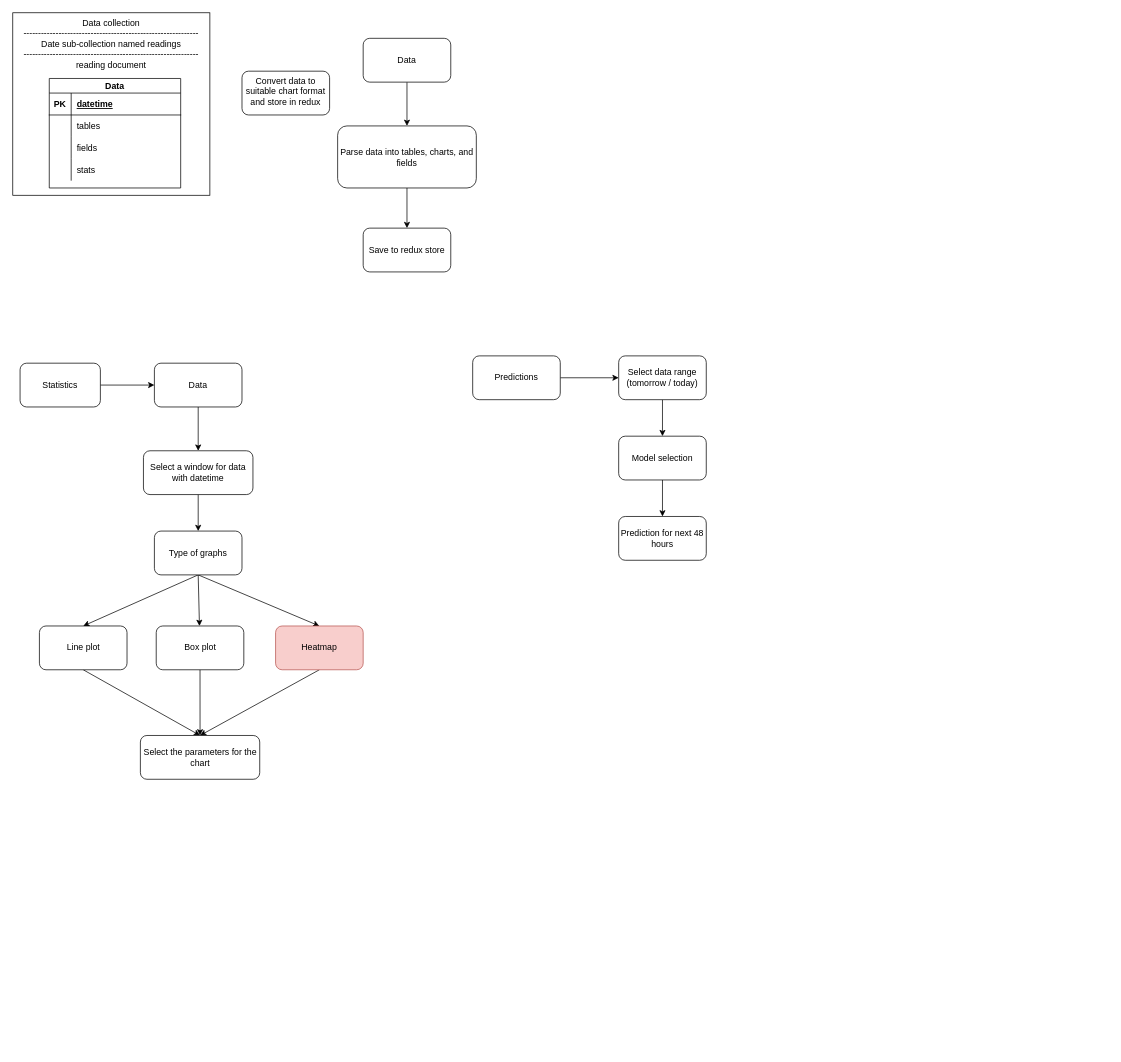
This is schema.drawio from devnev39/sldc-live, a draw.io file, before an edit. Source tidied: cells renumbered, new cells numbered last; positions are measured from the earlier drawing's top-left corner, leaving out a move shared by most shapes. Both pictures are drawn from the tidied source at 73%, with x=0, y=0 at pixel (12, 12).
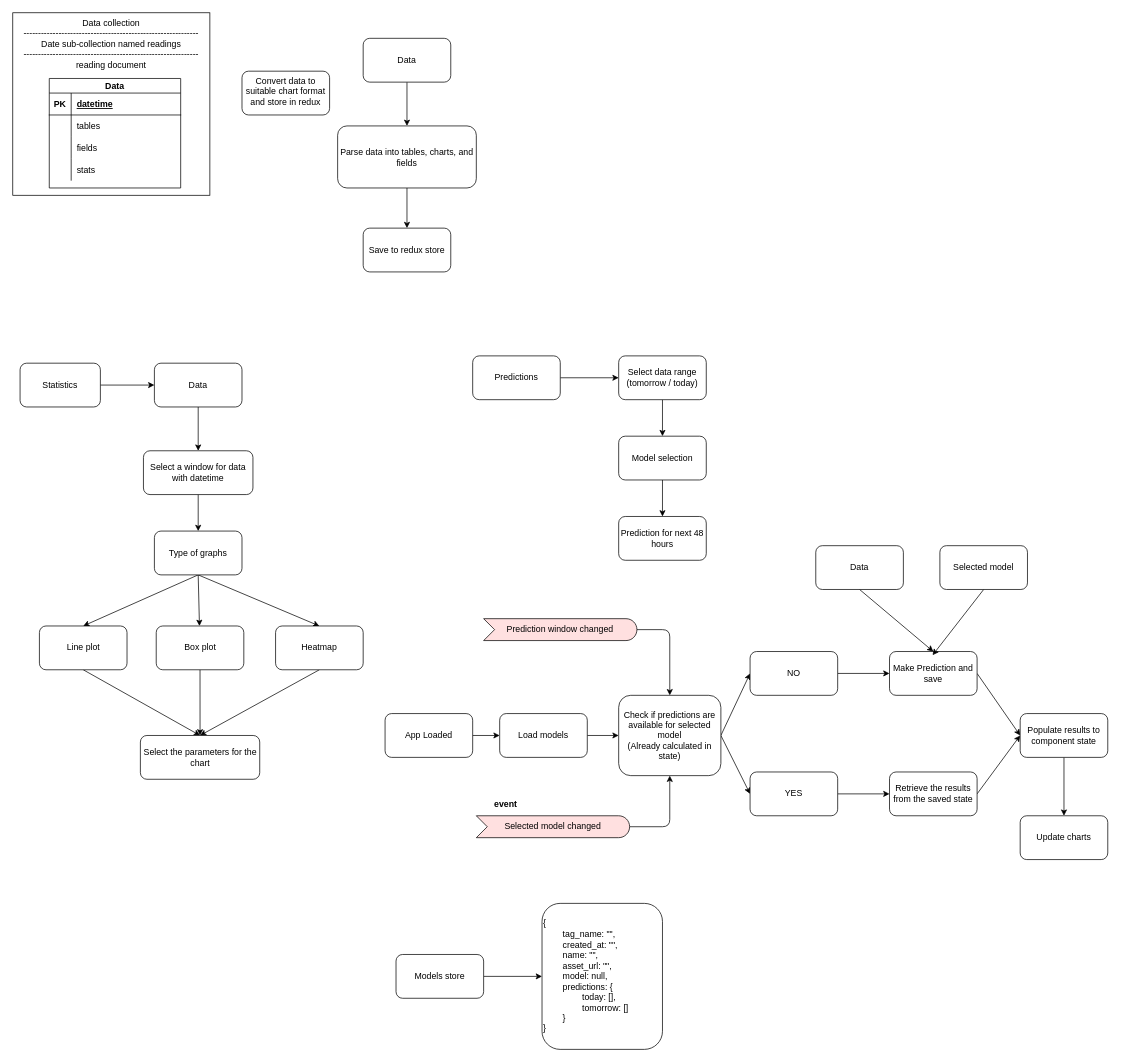
The same page after the edit.

Change to the diagram source:
```diff
@@
-    <mxCell id="38" value="Heatmap" style="whiteSpace=wrap;html=1;rounded=1;fillColor=#f8cecc;strokeColor=#b85450;" parent="1" vertex="1">
+    <mxCell id="38" value="Heatmap" style="whiteSpace=wrap;html=1;rounded=1;" parent="1" vertex="1">
       <mxGeometry x="360" y="840" width="120" height="60" as="geometry" />
     </mxCell>
@@
+    <mxCell id="47" style="edgeStyle=none;html=1;" parent="1" edge="1" source="48" target="50">
+      <mxGeometry relative="1" as="geometry" />
+    </mxCell>
+    <mxCell id="48" value="App Loaded" style="rounded=1;whiteSpace=wrap;html=1;" parent="1" vertex="1">
+      <mxGeometry x="510" y="960" width="120" height="60" as="geometry" />
+    </mxCell>
+    <mxCell id="49" style="edgeStyle=none;html=1;" parent="1" edge="1" source="50" target="53">
+      <mxGeometry relative="1" as="geometry" />
+    </mxCell>
+    <mxCell id="50" value="Load models" style="rounded=1;whiteSpace=wrap;html=1;" parent="1" vertex="1">
+      <mxGeometry x="667" y="960" width="120" height="60" as="geometry" />
+    </mxCell>
+    <mxCell id="51" style="edgeStyle=none;html=1;exitX=1;exitY=0.5;exitDx=0;exitDy=0;entryX=0;entryY=0.5;entryDx=0;entryDy=0;" parent="1" edge="1" source="53" target="55">
+      <mxGeometry relative="1" as="geometry" />
+    </mxCell>
+    <mxCell id="52" style="edgeStyle=none;html=1;exitX=1;exitY=0.5;exitDx=0;exitDy=0;entryX=0;entryY=0.5;entryDx=0;entryDy=0;" parent="1" edge="1" source="53" target="57">
+      <mxGeometry relative="1" as="geometry" />
+    </mxCell>
+    <mxCell id="53" value="Check if predictions are available for selected model &lt;br&gt;(Already calculated in state)" style="rounded=1;whiteSpace=wrap;html=1;" parent="1" vertex="1">
+      <mxGeometry x="830" y="935" width="140" height="110" as="geometry" />
+    </mxCell>
+    <mxCell id="54" style="edgeStyle=none;html=1;" parent="1" edge="1" source="55" target="59">
+      <mxGeometry relative="1" as="geometry" />
+    </mxCell>
+    <mxCell id="55" value="NO" style="rounded=1;whiteSpace=wrap;html=1;" parent="1" vertex="1">
+      <mxGeometry x="1010" y="875" width="120" height="60" as="geometry" />
+    </mxCell>
+    <mxCell id="56" style="edgeStyle=none;html=1;entryX=0;entryY=0.5;entryDx=0;entryDy=0;" parent="1" edge="1" source="57" target="65">
+      <mxGeometry relative="1" as="geometry" />
+    </mxCell>
+    <mxCell id="57" value="YES" style="rounded=1;whiteSpace=wrap;html=1;" parent="1" vertex="1">
+      <mxGeometry x="1010" y="1040" width="120" height="60" as="geometry" />
+    </mxCell>
+    <mxCell id="58" style="edgeStyle=none;html=1;exitX=1;exitY=0.5;exitDx=0;exitDy=0;entryX=0;entryY=0.5;entryDx=0;entryDy=0;" parent="1" edge="1" source="59" target="67">
+      <mxGeometry relative="1" as="geometry" />
+    </mxCell>
+    <mxCell id="59" value="Make Prediction and save" style="rounded=1;whiteSpace=wrap;html=1;" parent="1" vertex="1">
+      <mxGeometry x="1201" y="875" width="120" height="60" as="geometry" />
+    </mxCell>
+    <mxCell id="60" style="edgeStyle=none;html=1;exitX=0.5;exitY=1;exitDx=0;exitDy=0;entryX=0.5;entryY=0;entryDx=0;entryDy=0;" parent="1" edge="1" source="61" target="59">
+      <mxGeometry relative="1" as="geometry" />
+    </mxCell>
+    <mxCell id="61" value="Data" style="rounded=1;whiteSpace=wrap;html=1;" parent="1" vertex="1">
+      <mxGeometry x="1100" y="730" width="120" height="60" as="geometry" />
+    </mxCell>
+    <mxCell id="62" style="edgeStyle=none;html=1;exitX=0.5;exitY=1;exitDx=0;exitDy=0;" parent="1" edge="1" source="63">
+      <mxGeometry relative="1" as="geometry">
+        <mxPoint x="1260" y="880" as="targetPoint" />
+      </mxGeometry>
+    </mxCell>
+    <mxCell id="63" value="Selected model" style="rounded=1;whiteSpace=wrap;html=1;" parent="1" vertex="1">
+      <mxGeometry x="1270" y="730" width="120" height="60" as="geometry" />
+    </mxCell>
+    <mxCell id="64" style="edgeStyle=none;html=1;exitX=1;exitY=0.5;exitDx=0;exitDy=0;entryX=0;entryY=0.5;entryDx=0;entryDy=0;" parent="1" edge="1" source="65" target="67">
+      <mxGeometry relative="1" as="geometry" />
+    </mxCell>
+    <mxCell id="65" value="Retrieve the results from the saved state" style="rounded=1;whiteSpace=wrap;html=1;" parent="1" vertex="1">
+      <mxGeometry x="1201" y="1040" width="120" height="60" as="geometry" />
+    </mxCell>
+    <mxCell id="66" style="edgeStyle=none;html=1;entryX=0.5;entryY=0;entryDx=0;entryDy=0;" parent="1" edge="1" source="67" target="68">
+      <mxGeometry relative="1" as="geometry" />
+    </mxCell>
+    <mxCell id="67" value="Populate results to component state" style="rounded=1;whiteSpace=wrap;html=1;" parent="1" vertex="1">
+      <mxGeometry x="1380" y="960" width="120" height="60" as="geometry" />
+    </mxCell>
+    <mxCell id="68" value="Update charts" style="rounded=1;whiteSpace=wrap;html=1;" parent="1" vertex="1">
+      <mxGeometry x="1380" y="1100" width="120" height="60" as="geometry" />
+    </mxCell>
+    <mxCell id="69" style="edgeStyle=none;html=1;exitX=1;exitY=0.5;exitDx=0;exitDy=0;exitPerimeter=0;entryX=0.5;entryY=1;entryDx=0;entryDy=0;" parent="1" edge="1" source="70" target="53">
+      <mxGeometry relative="1" as="geometry">
+        <Array as="points">
+          <mxPoint x="900" y="1115" />
+        </Array>
+      </mxGeometry>
+    </mxCell>
+    <mxCell id="70" value="Selected model changed" style="html=1;outlineConnect=0;whiteSpace=wrap;fillColor=#FFE0E0;shape=mxgraph.archimate3.event;" parent="1" vertex="1">
+      <mxGeometry x="635" y="1100" width="210" height="30" as="geometry" />
+    </mxCell>
+    <mxCell id="71" value="event" style="text;html=1;align=center;verticalAlign=middle;strokeColor=none;fillColor=none;fontStyle=1;" parent="1" vertex="1">
+      <mxGeometry x="650" y="1070" width="50" height="30" as="geometry" />
+    </mxCell>
+    <mxCell id="72" style="edgeStyle=none;html=1;exitX=1;exitY=0.5;exitDx=0;exitDy=0;exitPerimeter=0;entryX=0.5;entryY=0;entryDx=0;entryDy=0;" parent="1" edge="1" source="73" target="53">
+      <mxGeometry relative="1" as="geometry">
+        <Array as="points">
+          <mxPoint x="900" y="845" />
+        </Array>
+      </mxGeometry>
+    </mxCell>
+    <mxCell id="73" value="Prediction window changed" style="html=1;outlineConnect=0;whiteSpace=wrap;fillColor=#FFE0E0;shape=mxgraph.archimate3.event;" parent="1" vertex="1">
+      <mxGeometry x="645" y="830" width="210" height="30" as="geometry" />
+    </mxCell>
+    <mxCell id="74" style="edgeStyle=none;html=1;entryX=0;entryY=0.5;entryDx=0;entryDy=0;" parent="1" edge="1" source="75" target="76">
+      <mxGeometry relative="1" as="geometry" />
+    </mxCell>
+    <mxCell id="75" value="Models store" style="rounded=1;whiteSpace=wrap;html=1;" parent="1" vertex="1">
+      <mxGeometry x="525" y="1290" width="120" height="60" as="geometry" />
+    </mxCell>
+    <mxCell id="76" value="&lt;br&gt;{&lt;br&gt;&lt;span style=&quot;white-space: pre;&quot;&gt;&#9;&lt;/span&gt;tag_name: &quot;&quot;,&lt;br&gt;&lt;span style=&quot;white-space: pre;&quot;&gt;&#9;&lt;/span&gt;created_at: &quot;&quot;,&lt;br&gt;&lt;span style=&quot;white-space: pre;&quot;&gt;&#9;&lt;/span&gt;name: &quot;&quot;,&lt;br&gt;&lt;span style=&quot;white-space: pre;&quot;&gt;&#9;&lt;/span&gt;asset_url: &quot;&quot;,&lt;br&gt;&lt;span style=&quot;white-space: pre;&quot;&gt;&#9;&lt;/span&gt;model: null,&lt;br&gt;&lt;span style=&quot;white-space: pre;&quot;&gt;&#9;&lt;/span&gt;predictions: {&lt;br&gt;&lt;span style=&quot;white-space: pre;&quot;&gt;&#9;&lt;span style=&quot;white-space: pre;&quot;&gt;&#9;&lt;/span&gt;today: [],&lt;br/&gt;&lt;/span&gt;&lt;span style=&quot;white-space: pre;&quot;&gt;&#9;&lt;/span&gt;&lt;span style=&quot;white-space: pre;&quot;&gt;&#9;&lt;/span&gt;tomorrow: []&lt;br&gt;&lt;span style=&quot;white-space: pre;&quot;&gt;&#9;&lt;/span&gt;}&lt;br&gt;}" style="rounded=1;whiteSpace=wrap;html=1;align=left;verticalAlign=top;" parent="1" vertex="1">
+      <mxGeometry x="725" y="1220" width="165" height="200" as="geometry" />
+    </mxCell>
```
